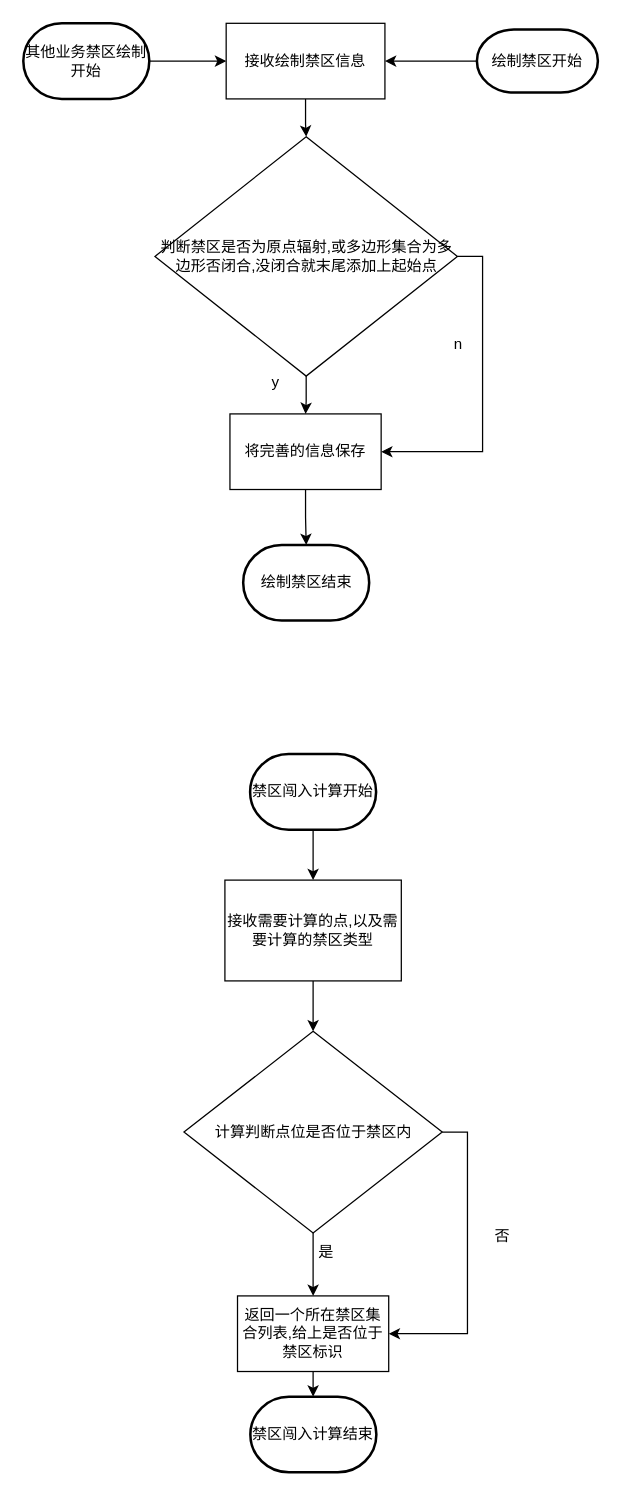
liguangrgj/fenx keeps this draw.io diagram as 未命名绘图.drawio. Above is the earlier version. Source tidied: cells renumbered, new cells numbered last; positions are measured from the earlier drawing's top-left corner, leaving out a move shared by most shapes. Both pictures are drawn from the tidied source at 126%, with x=0, y=0 at pixel (23, 23).
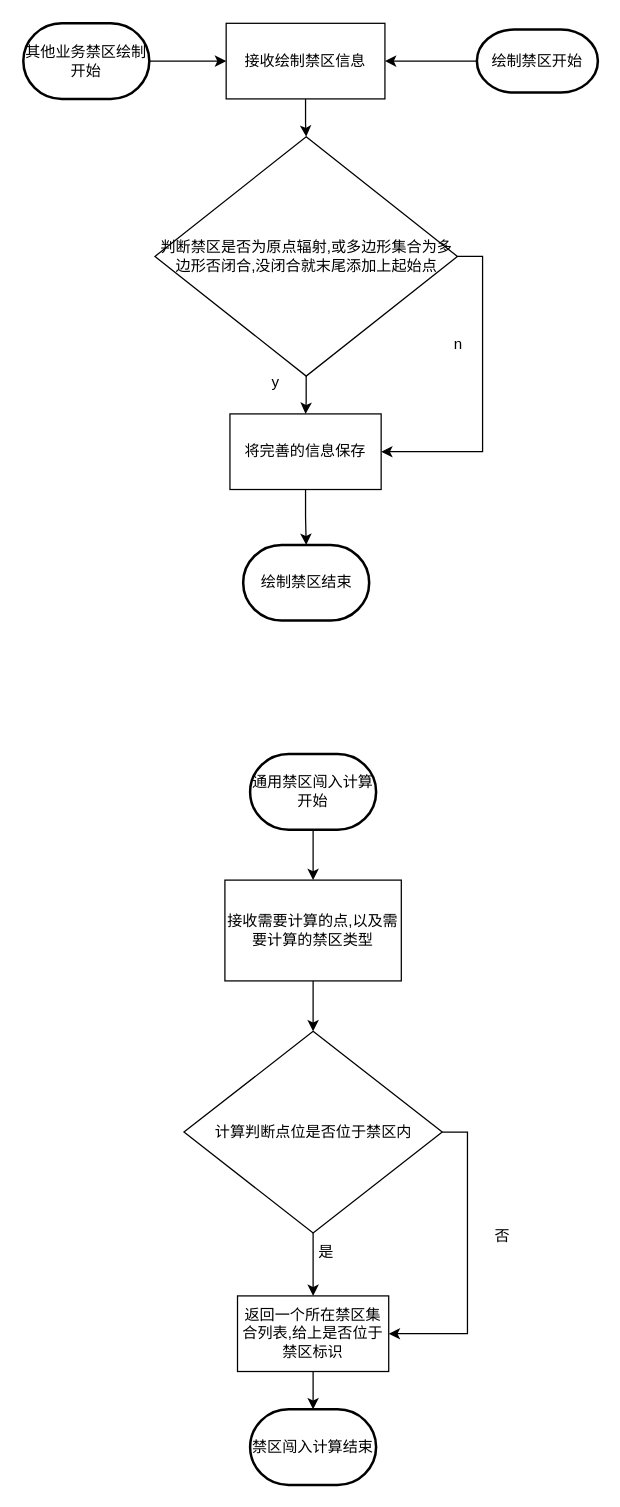
The same page after the edit.

Diff of the diagram source:
```diff
@@
-    <mxCell id="17" value="禁区闯入计算开始" style="strokeWidth=2;html=1;shape=mxgraph.flowchart.terminator;whiteSpace=wrap;" parent="1" vertex="1">
+    <mxCell id="17" value="通用禁区闯入计算开始" style="strokeWidth=2;html=1;shape=mxgraph.flowchart.terminator;whiteSpace=wrap;" parent="1" vertex="1">
       <mxGeometry x="180" y="580" width="100" height="60" as="geometry" />
     </mxCell>
@@
     <mxCell id="27" value="禁区闯入计算结束" style="strokeWidth=2;html=1;shape=mxgraph.flowchart.terminator;whiteSpace=wrap;" parent="1" vertex="1">
-      <mxGeometry x="180.2" y="1090" width="100" height="60" as="geometry" />
+      <mxGeometry x="180" y="1100" width="100" height="60" as="geometry" />
     </mxCell>
```
